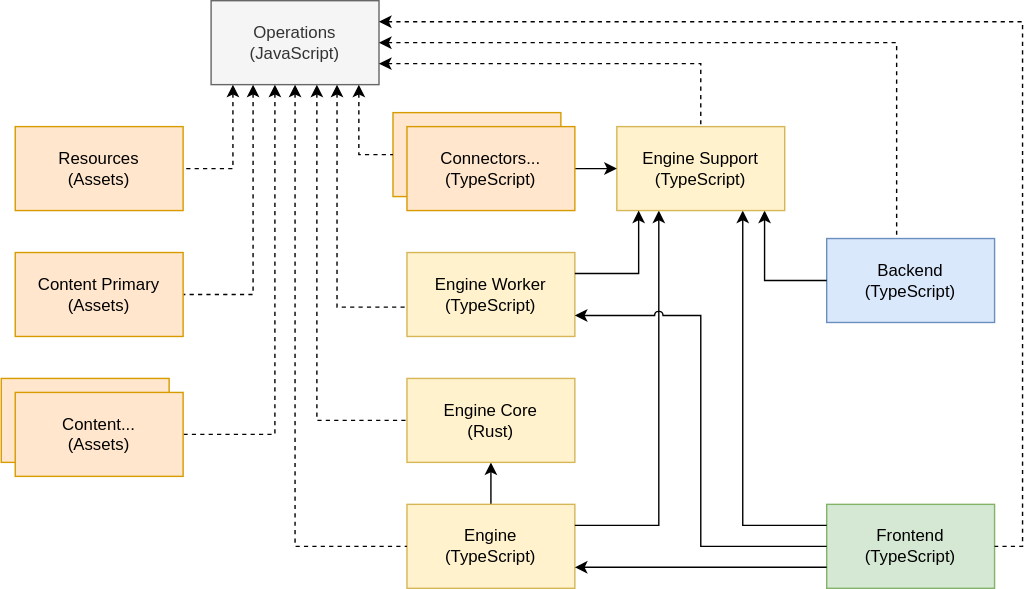
Above: public/diagrams/Project Dependencies.drawio.svg in data-positioning/datapos-resources (draw.io), before the change. Source tidied: cells renumbered, new cells last; positions are measured from the earlier drawing's top-left corner, leaving out a move shared by most shapes. Source of this version:
```xml
<mxGraphModel>
  <root>
    <mxCell id="0" />
    <mxCell id="1" parent="0" />
    <mxCell id="2" value="Operations&lt;br&gt;(JavaScript)" style="rounded=0;whiteSpace=wrap;html=1;points=[[0,0,0,0,0],[0,0.25,0,0,0],[0,0.5,0,0,0],[0,0.75,0,0,0],[0,1,0,0,0],[0.13,1,0,0,0],[0.25,0,0,0,0],[0.25,1,0,0,0],[0.38,1,0,0,0],[0.5,0,0,0,0],[0.5,1,0,0,0],[0.63,1,0,0,0],[0.75,0,0,0,0],[0.75,1,0,0,0],[0.88,1,0,0,0],[1,0,0,0,0],[1,0.25,0,0,0],[1,0.5,0,0,0],[1,0.75,0,0,0],[1,1,0,0,0]];fillColor=#f5f5f5;fontColor=#333333;strokeColor=#666666;" parent="1" vertex="1">
      <mxGeometry x="150" width="120" height="60" as="geometry" />
    </mxCell>
    <mxCell id="3" value="Resources&lt;br&gt;(Assets)" style="rounded=0;whiteSpace=wrap;html=1;fillColor=#ffe6cc;strokeColor=#d79b00;" parent="1" vertex="1">
      <mxGeometry x="10" y="90" width="120" height="60" as="geometry" />
    </mxCell>
    <mxCell id="4" style="endArrow=none;html=1;rounded=0;entryX=1;entryY=0.5;entryDx=0;entryDy=0;exitX=0.25;exitY=1;exitDx=0;exitDy=0;endFill=0;startArrow=classic;startFill=1;edgeStyle=orthogonalEdgeStyle;jumpStyle=arc;dashed=1;exitPerimeter=0;" parent="1" edge="1" source="2" target="30">
      <mxGeometry relative="1" as="geometry">
        <Array as="points">
          <mxPoint x="180" y="210" />
        </Array>
      </mxGeometry>
    </mxCell>
    <mxCell id="5" style="endArrow=none;html=1;rounded=0;exitX=1;exitY=0.75;exitDx=0;exitDy=0;startArrow=classic;startFill=1;endFill=0;entryX=0.5;entryY=0;entryDx=0;entryDy=0;entryPerimeter=0;edgeStyle=orthogonalEdgeStyle;exitPerimeter=0;jumpStyle=arc;dashed=1;" parent="1" edge="1" source="2" target="24">
      <mxGeometry relative="1" as="geometry" />
    </mxCell>
    <mxCell id="6" style="edgeStyle=orthogonalEdgeStyle;rounded=0;jettySize=auto;html=1;startArrow=none;startFill=0;endArrow=classic;endFill=1;jumpStyle=arc;" parent="1" edge="1" source="7" target="8">
      <mxGeometry relative="1" as="geometry" />
    </mxCell>
    <mxCell id="7" value="Engine&lt;br&gt;(TypeScript)" style="rounded=0;whiteSpace=wrap;html=1;fillColor=#fff2cc;strokeColor=#d6b656;" parent="1" vertex="1">
      <mxGeometry x="290" y="360" width="120" height="60" as="geometry" />
    </mxCell>
    <mxCell id="8" value="Engine Core&lt;br&gt;(Rust)" style="rounded=0;whiteSpace=wrap;html=1;fillColor=#fff2cc;strokeColor=#d6b656;" parent="1" vertex="1">
      <mxGeometry x="290" y="270" width="120" height="60" as="geometry" />
    </mxCell>
    <mxCell id="9" style="endArrow=none;html=1;rounded=0;entryX=0;entryY=0.5;entryDx=0;entryDy=0;exitX=0.5;exitY=1;exitDx=0;exitDy=0;startArrow=classic;startFill=1;endFill=0;exitPerimeter=0;edgeStyle=orthogonalEdgeStyle;jumpStyle=arc;dashed=1;" parent="1" edge="1" source="2" target="7">
      <mxGeometry relative="1" as="geometry" />
    </mxCell>
    <mxCell id="10" style="endArrow=none;html=1;rounded=0;exitX=0.25;exitY=1;exitDx=0;exitDy=0;startArrow=classic;startFill=1;endFill=0;entryX=1;entryY=0.25;entryDx=0;entryDy=0;exitPerimeter=0;edgeStyle=orthogonalEdgeStyle;jumpStyle=arc;" parent="1" edge="1" source="24" target="7">
      <mxGeometry relative="1" as="geometry" />
    </mxCell>
    <mxCell id="11" style="endArrow=none;html=1;rounded=0;entryX=0;entryY=0.5;entryDx=0;entryDy=0;exitX=0.63;exitY=1;exitDx=0;exitDy=0;startArrow=classic;startFill=1;endFill=0;exitPerimeter=0;edgeStyle=orthogonalEdgeStyle;jumpStyle=arc;dashed=1;" parent="1" edge="1" source="2" target="8">
      <mxGeometry relative="1" as="geometry" />
    </mxCell>
    <mxCell id="12" value="Engine Worker&lt;br style=&quot;border-color: var(--border-color);&quot;&gt;(TypeScript)" style="rounded=0;whiteSpace=wrap;html=1;fillColor=#fff2cc;strokeColor=#d6b656;" parent="1" vertex="1">
      <mxGeometry x="290" y="180" width="120" height="60" as="geometry" />
    </mxCell>
    <mxCell id="13" style="endArrow=none;html=1;rounded=0;entryX=0.008;entryY=0.65;entryDx=0;entryDy=0;exitX=0.75;exitY=1;exitDx=0;exitDy=0;entryPerimeter=0;startArrow=classic;startFill=1;endFill=0;exitPerimeter=0;edgeStyle=orthogonalEdgeStyle;jumpStyle=arc;dashed=1;" parent="1" edge="1" source="2" target="12">
      <mxGeometry relative="1" as="geometry" />
    </mxCell>
    <mxCell id="14" style="rounded=0;whiteSpace=wrap;html=1;fillColor=#ffe6cc;strokeColor=#d79b00;" parent="1" vertex="1">
      <mxGeometry y="270" width="120" height="60" as="geometry" />
    </mxCell>
    <mxCell id="15" style="endArrow=none;html=1;rounded=0;entryX=1;entryY=0.5;entryDx=0;entryDy=0;startArrow=classic;startFill=1;endFill=0;jumpStyle=arc;dashed=1;exitX=0.13;exitY=1;exitDx=0;exitDy=0;exitPerimeter=0;edgeStyle=orthogonalEdgeStyle;" parent="1" edge="1" source="2" target="3">
      <mxGeometry relative="1" as="geometry" />
    </mxCell>
    <mxCell id="16" value="Backend&lt;br style=&quot;border-color: var(--border-color);&quot;&gt;(TypeScript)" style="rounded=0;whiteSpace=wrap;html=1;fillColor=#dae8fc;strokeColor=#6c8ebf;" parent="1" vertex="1">
      <mxGeometry x="590" y="170" width="120" height="60" as="geometry" />
    </mxCell>
    <mxCell id="17" value="Frontend&lt;br style=&quot;border-color: var(--border-color);&quot;&gt;(TypeScript)" style="rounded=0;whiteSpace=wrap;html=1;fillColor=#d5e8d4;strokeColor=#82b366;" parent="1" vertex="1">
      <mxGeometry x="590" y="360" width="120" height="60" as="geometry" />
    </mxCell>
    <mxCell id="18" style="endArrow=none;html=1;rounded=0;exitX=0.88;exitY=1;exitDx=0;exitDy=0;entryX=0;entryY=0.5;entryDx=0;entryDy=0;startArrow=classic;startFill=1;endFill=0;exitPerimeter=0;edgeStyle=orthogonalEdgeStyle;jumpStyle=arc;" parent="1" edge="1" source="24" target="16">
      <mxGeometry relative="1" as="geometry" />
    </mxCell>
    <mxCell id="19" style="endArrow=none;html=1;rounded=0;exitX=0.75;exitY=1;exitDx=0;exitDy=0;startArrow=classic;startFill=1;endFill=0;exitPerimeter=0;edgeStyle=orthogonalEdgeStyle;entryX=0;entryY=0.25;entryDx=0;entryDy=0;jumpStyle=arc;" parent="1" edge="1" source="24" target="17">
      <mxGeometry relative="1" as="geometry" />
    </mxCell>
    <mxCell id="20" style="endArrow=none;html=1;rounded=0;exitX=1;exitY=0.5;exitDx=0;exitDy=0;entryX=0.5;entryY=0;entryDx=0;entryDy=0;startArrow=classic;startFill=1;endFill=0;exitPerimeter=0;edgeStyle=orthogonalEdgeStyle;jumpStyle=arc;dashed=1;" parent="1" edge="1" source="2">
      <mxGeometry relative="1" as="geometry">
        <mxPoint x="640" y="170" as="targetPoint" />
      </mxGeometry>
    </mxCell>
    <mxCell id="21" style="endArrow=none;html=1;rounded=0;exitX=1;exitY=0.25;exitDx=0;exitDy=0;entryX=1;entryY=0.5;entryDx=0;entryDy=0;startArrow=classic;startFill=1;endFill=0;edgeStyle=orthogonalEdgeStyle;exitPerimeter=0;jumpStyle=arc;dashed=1;" parent="1" edge="1" source="2" target="17">
      <mxGeometry relative="1" as="geometry">
        <Array as="points">
          <mxPoint x="730" y="15" />
          <mxPoint x="730" y="390" />
        </Array>
      </mxGeometry>
    </mxCell>
    <mxCell id="22" style="endArrow=none;html=1;rounded=0;startArrow=classic;startFill=1;endFill=0;entryX=0;entryY=0.75;entryDx=0;entryDy=0;exitX=1;exitY=0.75;exitDx=0;exitDy=0;jumpStyle=arc;" parent="1" edge="1" source="7" target="17">
      <mxGeometry relative="1" as="geometry" />
    </mxCell>
    <mxCell id="23" style="endArrow=none;html=1;rounded=0;exitX=1;exitY=0.75;exitDx=0;exitDy=0;entryX=0;entryY=0.5;entryDx=0;entryDy=0;startArrow=classic;startFill=1;endFill=0;edgeStyle=orthogonalEdgeStyle;jumpStyle=arc;" parent="1" edge="1" source="12" target="17">
      <mxGeometry relative="1" as="geometry">
        <Array as="points">
          <mxPoint x="500" y="225" />
          <mxPoint x="500" y="390" />
        </Array>
      </mxGeometry>
    </mxCell>
    <mxCell id="24" value="Engine Support&lt;br style=&quot;border-color: var(--border-color);&quot;&gt;(TypeScript)" style="rounded=0;whiteSpace=wrap;html=1;points=[[0,0,0,0,0],[0,0.25,0,0,0],[0,0.5,0,0,0],[0,0.75,0,0,0],[0,1,0,0,0],[0.13,1,0,0,0],[0.25,0,0,0,0],[0.25,1,0,0,0],[0.38,1,0,0,0],[0.5,0,0,0,0],[0.5,1,0,0,0],[0.63,1,0,0,0],[0.75,0,0,0,0],[0.75,1,0,0,0],[0.88,1,0,0,0],[1,0,0,0,0],[1,0.25,0,0,0],[1,0.5,0,0,0],[1,0.75,0,0,0],[1,1,0,0,0]];fillColor=#fff2cc;strokeColor=#d6b656;" parent="1" vertex="1">
      <mxGeometry x="440" y="90" width="120" height="60" as="geometry" />
    </mxCell>
    <mxCell id="25" style="endArrow=classic;html=1;rounded=0;entryX=0.13;entryY=1;entryDx=0;entryDy=0;entryPerimeter=0;exitX=1;exitY=0.25;exitDx=0;exitDy=0;edgeStyle=orthogonalEdgeStyle;jumpStyle=arc;" parent="1" edge="1" source="12" target="24">
      <mxGeometry relative="1" as="geometry" />
    </mxCell>
    <mxCell id="26" style="rounded=0;whiteSpace=wrap;html=1;fillColor=#ffe6cc;strokeColor=#d79b00;" parent="1" vertex="1">
      <mxGeometry x="280" y="80" width="120" height="60" as="geometry" />
    </mxCell>
    <mxCell id="27" style="endArrow=none;html=1;rounded=0;entryX=0;entryY=0.5;entryDx=0;entryDy=0;exitX=0.88;exitY=1;exitDx=0;exitDy=0;endFill=0;startArrow=classic;startFill=1;edgeStyle=orthogonalEdgeStyle;jumpStyle=arc;dashed=1;exitPerimeter=0;" parent="1" edge="1" source="2" target="26">
      <mxGeometry relative="1" as="geometry" />
    </mxCell>
    <mxCell id="28" style="endArrow=classic;html=1;rounded=0;entryX=0;entryY=0.5;entryDx=0;entryDy=0;entryPerimeter=0;jumpStyle=arc;exitX=1;exitY=0.5;exitDx=0;exitDy=0;" parent="1" edge="1" source="29" target="24">
      <mxGeometry relative="1" as="geometry" />
    </mxCell>
    <mxCell id="29" value="Connectors...&lt;br style=&quot;border-color: var(--border-color);&quot;&gt;(TypeScript)" style="rounded=0;whiteSpace=wrap;html=1;fillColor=#ffe6cc;strokeColor=#d79b00;" parent="1" vertex="1">
      <mxGeometry x="290" y="90" width="120" height="60" as="geometry" />
    </mxCell>
    <mxCell id="30" value="Content Primary&lt;br style=&quot;border-color: var(--border-color);&quot;&gt;(Assets)" style="rounded=0;whiteSpace=wrap;html=1;fillColor=#ffe6cc;strokeColor=#d79b00;" parent="1" vertex="1">
      <mxGeometry x="10" y="180" width="120" height="60" as="geometry" />
    </mxCell>
    <mxCell id="31" style="endArrow=none;html=1;rounded=0;endFill=0;startArrow=classic;startFill=1;jumpStyle=arc;dashed=1;exitX=0.38;exitY=1;exitDx=0;exitDy=0;exitPerimeter=0;edgeStyle=orthogonalEdgeStyle;entryX=1;entryY=0.5;entryDx=0;entryDy=0;" parent="1" edge="1" source="2" target="32">
      <mxGeometry relative="1" as="geometry" />
    </mxCell>
    <mxCell id="32" value="Content...&lt;br style=&quot;border-color: var(--border-color);&quot;&gt;(Assets)" style="rounded=0;whiteSpace=wrap;html=1;fillColor=#ffe6cc;strokeColor=#d79b00;" parent="1" vertex="1">
      <mxGeometry x="10" y="280" width="120" height="60" as="geometry" />
    </mxCell>
  </root>
</mxGraphModel>
```
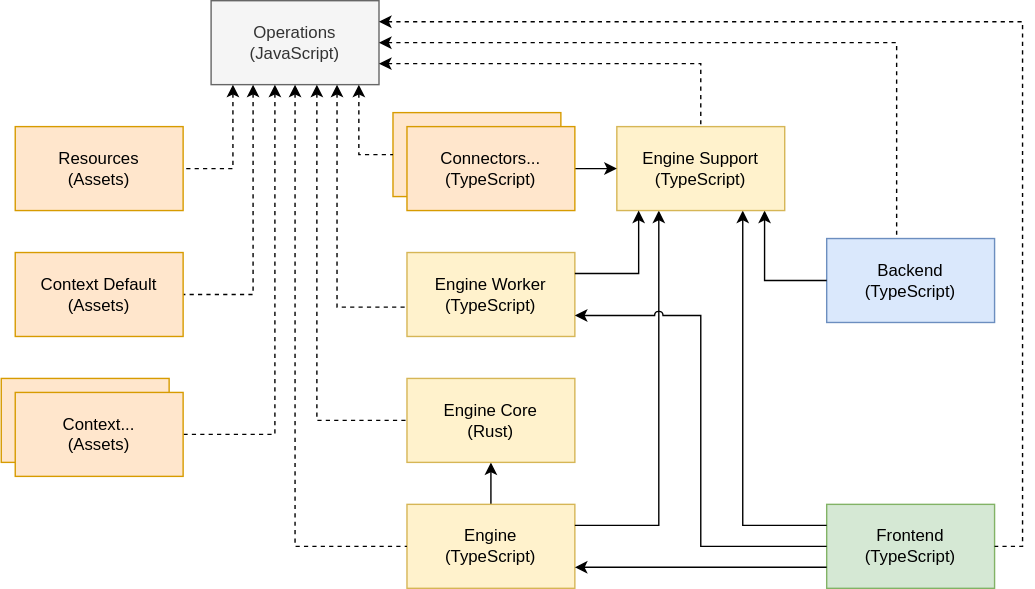
The same file after the commit.

Diff of the diagram source:
```diff
@@ -102,13 +102,13 @@
     <mxCell id="29" value="Connectors...&lt;br style=&quot;border-color: var(--border-color);&quot;&gt;(TypeScript)" style="rounded=0;whiteSpace=wrap;html=1;fillColor=#ffe6cc;strokeColor=#d79b00;" parent="1" vertex="1">
       <mxGeometry x="290" y="90" width="120" height="60" as="geometry" />
     </mxCell>
-    <mxCell id="30" value="Content Primary&lt;br style=&quot;border-color: var(--border-color);&quot;&gt;(Assets)" style="rounded=0;whiteSpace=wrap;html=1;fillColor=#ffe6cc;strokeColor=#d79b00;" parent="1" vertex="1">
+    <mxCell id="30" value="Context Default&lt;br style=&quot;border-color: var(--border-color);&quot;&gt;(Assets)" style="rounded=0;whiteSpace=wrap;html=1;fillColor=#ffe6cc;strokeColor=#d79b00;" parent="1" vertex="1">
       <mxGeometry x="10" y="180" width="120" height="60" as="geometry" />
     </mxCell>
     <mxCell id="31" style="endArrow=none;html=1;rounded=0;endFill=0;startArrow=classic;startFill=1;jumpStyle=arc;dashed=1;exitX=0.38;exitY=1;exitDx=0;exitDy=0;exitPerimeter=0;edgeStyle=orthogonalEdgeStyle;entryX=1;entryY=0.5;entryDx=0;entryDy=0;" parent="1" edge="1" source="2" target="32">
       <mxGeometry relative="1" as="geometry" />
     </mxCell>
-    <mxCell id="32" value="Content...&lt;br style=&quot;border-color: var(--border-color);&quot;&gt;(Assets)" style="rounded=0;whiteSpace=wrap;html=1;fillColor=#ffe6cc;strokeColor=#d79b00;" parent="1" vertex="1">
+    <mxCell id="32" value="Context...&lt;br style=&quot;border-color: var(--border-color);&quot;&gt;(Assets)" style="rounded=0;whiteSpace=wrap;html=1;fillColor=#ffe6cc;strokeColor=#d79b00;" parent="1" vertex="1">
       <mxGeometry x="10" y="280" width="120" height="60" as="geometry" />
     </mxCell>
   </root>
```
